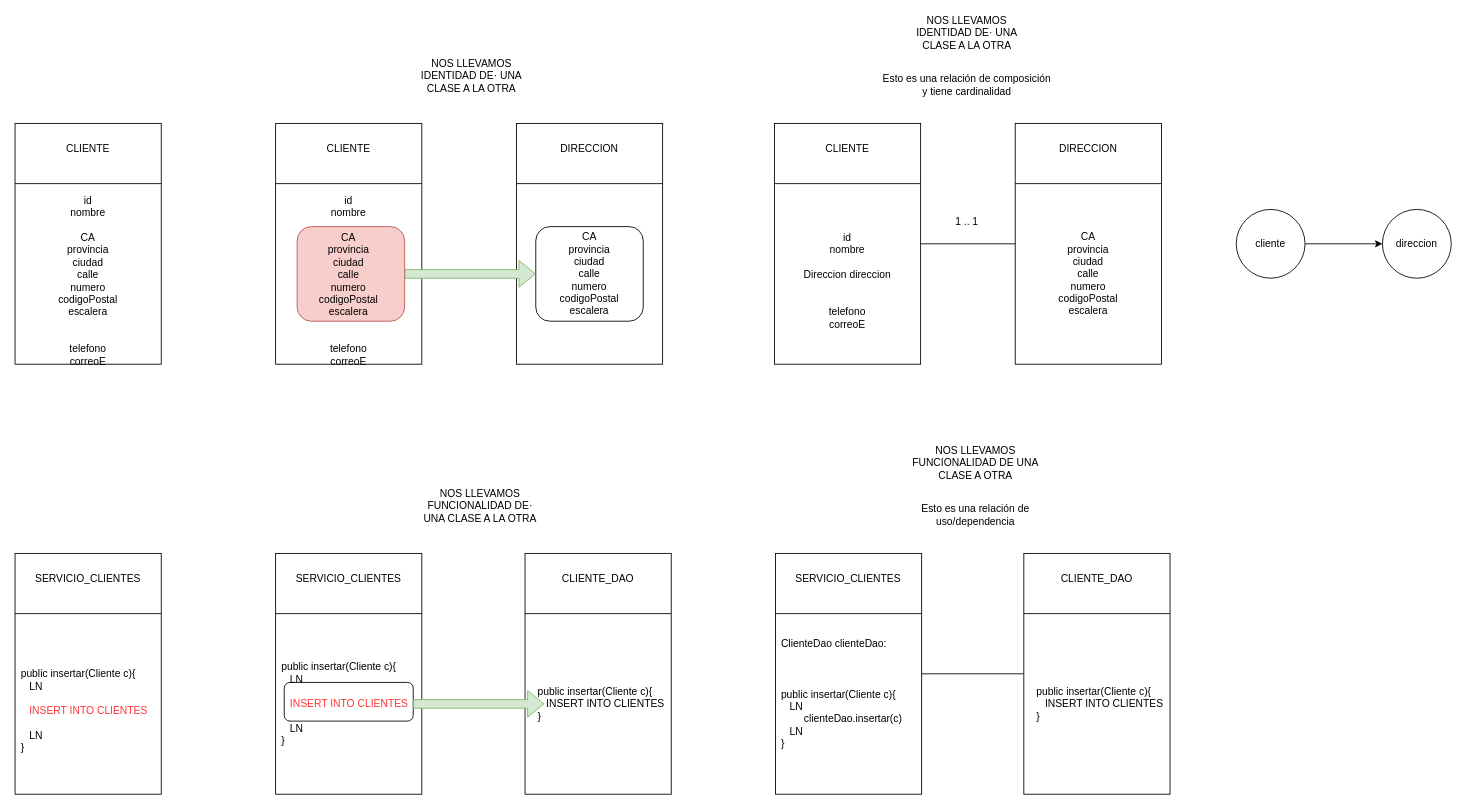
lrag/Typescript keeps this draw.io diagram as page "Página-7" (6 of 11) of diagramas.drawio. Above is the earlier version. Source tidied: cells renumbered, new cells numbered last; positions are measured from the earlier drawing's top-left corner, leaving out a move shared by most shapes. Both pictures are drawn from the tidied source at 86%, with x=0, y=0 at pixel (15, 20).
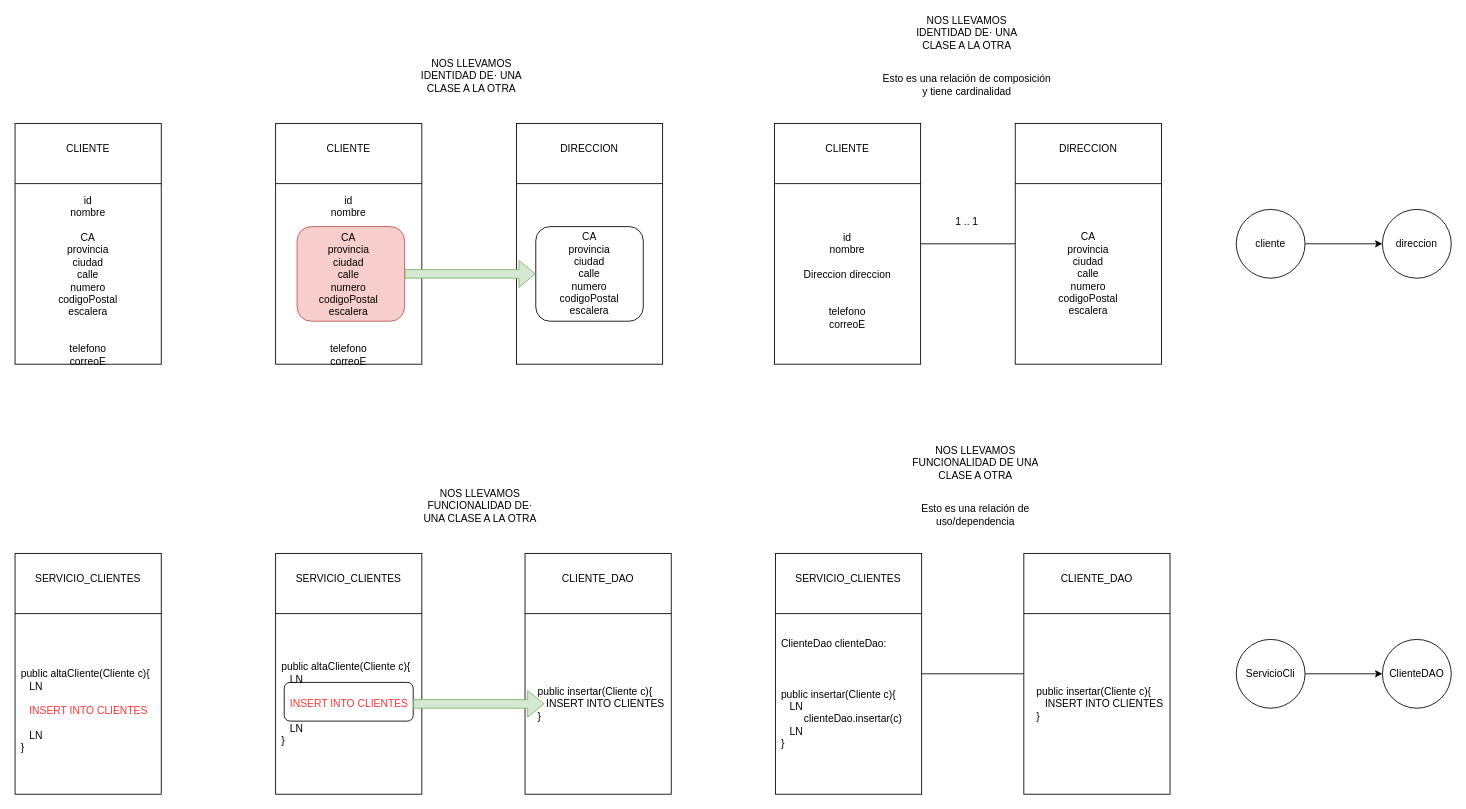
The same diagram, later.

What changed in the source:
```diff
@@
-    <mxCell id="43" value="public insertar(Cliente c){&lt;br&gt;&amp;nbsp; &amp;nbsp;LN&lt;br&gt;&lt;br&gt;&amp;nbsp; &amp;nbsp;&lt;font color=&quot;#ff3333&quot;&gt;INSERT INTO CLIENTES&lt;br&gt;&lt;/font&gt;&lt;br&gt;&amp;nbsp; &amp;nbsp;LN&lt;br&gt;}" style="text;html=1;strokeColor=none;fillColor=none;align=left;verticalAlign=middle;whiteSpace=wrap;rounded=0;" parent="1" vertex="1">
+    <mxCell id="43" value="public altaCliente(Cliente c){&lt;br&gt;&amp;nbsp; &amp;nbsp;LN&lt;br&gt;&lt;br&gt;&amp;nbsp; &amp;nbsp;&lt;font color=&quot;#ff3333&quot;&gt;INSERT INTO CLIENTES&lt;br&gt;&lt;/font&gt;&lt;br&gt;&amp;nbsp; &amp;nbsp;LN&lt;br&gt;}" style="text;html=1;strokeColor=none;fillColor=none;align=left;verticalAlign=middle;whiteSpace=wrap;rounded=0;" parent="1" vertex="1">
       <mxGeometry x="5" y="740" width="160" height="125" as="geometry" />
     </mxCell>
@@
-    <mxCell id="47" value="public insertar(Cliente c){&lt;br&gt;&amp;nbsp; &amp;nbsp;LN&lt;br&gt;&lt;br&gt;&amp;nbsp; &amp;nbsp;&lt;font color=&quot;#ff3333&quot;&gt;INSERT INTO CLIENTES&lt;br&gt;&lt;/font&gt;&lt;br&gt;&amp;nbsp; &amp;nbsp;LN&lt;br&gt;}" style="text;html=1;strokeColor=none;fillColor=none;align=left;verticalAlign=middle;whiteSpace=wrap;rounded=0;" parent="1" vertex="1">
+    <mxCell id="47" value="public altaCliente(Cliente c){&lt;br&gt;&amp;nbsp; &amp;nbsp;LN&lt;br&gt;&lt;br&gt;&amp;nbsp; &amp;nbsp;&lt;font color=&quot;#ff3333&quot;&gt;INSERT INTO CLIENTES&lt;br&gt;&lt;/font&gt;&lt;br&gt;&amp;nbsp; &amp;nbsp;LN&lt;br&gt;}" style="text;html=1;strokeColor=none;fillColor=none;align=left;verticalAlign=middle;whiteSpace=wrap;rounded=0;" parent="1" vertex="1">
       <mxGeometry x="308" y="732.5" width="160" height="125" as="geometry" />
     </mxCell>
@@
+    <mxCell id="60" style="edgeStyle=orthogonalEdgeStyle;rounded=0;jettySize=auto;html=1;entryX=0;entryY=0.5;entryDx=0;entryDy=0;" parent="1" edge="1" source="61" target="62">
+      <mxGeometry relative="1" as="geometry" />
+    </mxCell>
+    <mxCell id="61" value="ServicioCli" style="ellipse;whiteSpace=wrap;html=1;" parent="1" vertex="1">
+      <mxGeometry x="1420" y="720" width="80" height="80" as="geometry" />
+    </mxCell>
+    <mxCell id="62" value="ClienteDAO" style="ellipse;whiteSpace=wrap;html=1;" parent="1" vertex="1">
+      <mxGeometry x="1590" y="720" width="80" height="80" as="geometry" />
+    </mxCell>
```
